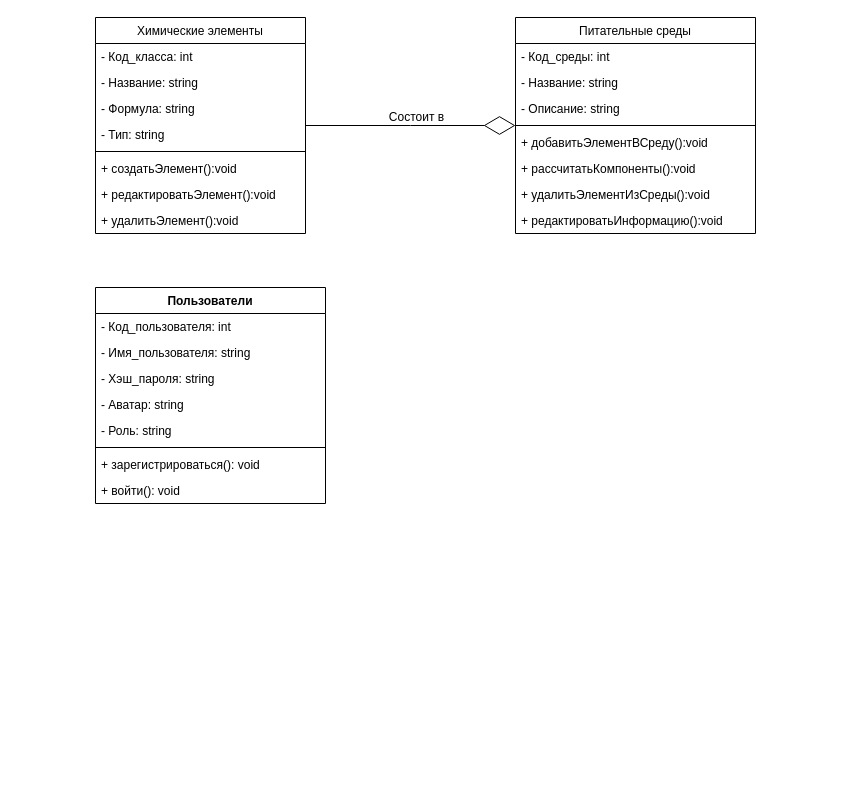
Above: class_diagram.drawio in eva01pilot/plant-tissue-diagrams (draw.io), before the change. Source tidied: cells renumbered, new cells numbered last; positions are measured from the earlier drawing's top-left corner, leaving out a move shared by most shapes. Both pictures are drawn from the tidied source at 100%, with x=0, y=0 at pixel (95, 17).
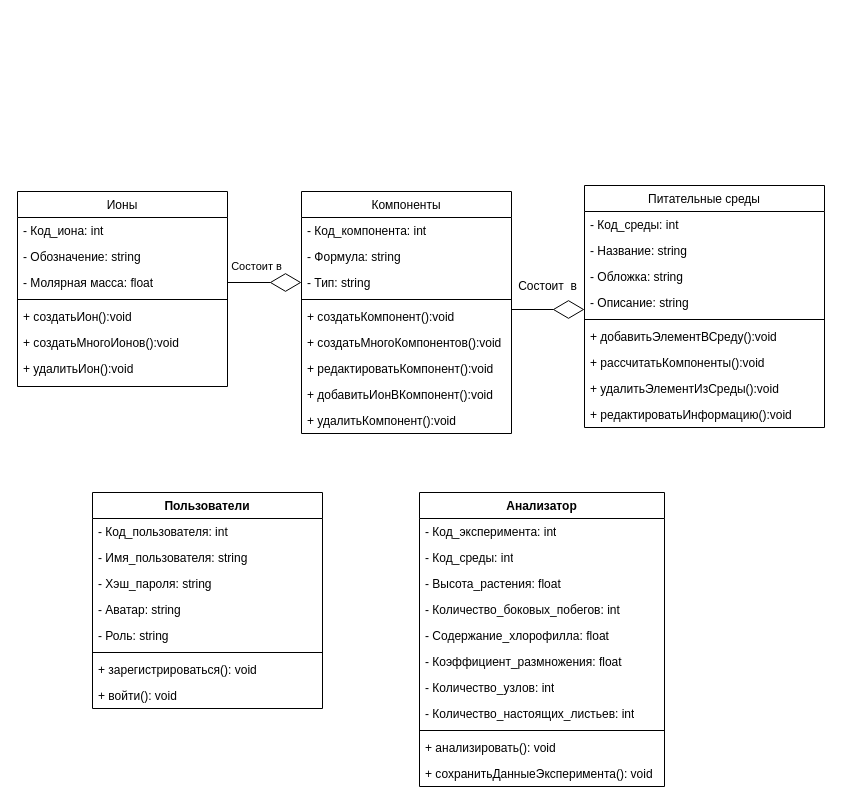
After the change.

The change refers to these unchanged cells:
```xml
<mxCell id="20" style="endArrow=diamondThin;shadow=0;strokeWidth=1;rounded=0;endFill=0;edgeStyle=elbowEdgeStyle;elbow=vertical;endSize=29;" parent="1" edge="1" source="2" target="11">
  <mxGeometry x="0.5" y="41" relative="1" as="geometry">
    <mxPoint x="-40" y="32" as="offset" />
  </mxGeometry>
</mxCell>
```

Diff of the diagram source:
```diff
@@
-    <mxCell id="2" value="Химические элементы" style="swimlane;fontStyle=0;align=center;verticalAlign=top;horizontal=1;startSize=26;rounded=0;shadow=0;strokeWidth=1;" parent="1" vertex="1">
-      <mxGeometry width="210" height="216" as="geometry" />
+    <mxCell id="2" value="Компоненты" style="swimlane;fontStyle=0;align=center;verticalAlign=top;horizontal=1;startSize=26;rounded=0;shadow=0;strokeWidth=1;" parent="1" vertex="1">
+      <mxGeometry x="206" y="174" width="210" height="242" as="geometry" />
     </mxCell>
-    <mxCell id="3" value="- Код_класса: int" style="text;align=left;verticalAlign=top;spacingLeft=4;spacingRight=4;overflow=hidden;" parent="2" vertex="1">
+    <mxCell id="3" value="- Код_компонента: int" style="text;align=left;verticalAlign=top;spacingLeft=4;spacingRight=4;overflow=hidden;" parent="2" vertex="1">
       <mxGeometry y="26" width="210" height="26" as="geometry" />
     </mxCell>
-    <mxCell id="4" value="- Название: string" style="text;align=left;verticalAlign=top;spacingLeft=4;spacingRight=4;overflow=hidden;rounded=0;shadow=0;html=0;" parent="2" vertex="1">
-      <mxGeometry y="52" width="210" height="26" as="geometry" />
-    </mxCell>
     <mxCell id="5" value="- Формула: string" style="text;align=left;verticalAlign=top;spacingLeft=4;spacingRight=4;overflow=hidden;rounded=0;shadow=0;html=0;" parent="2" vertex="1">
-      <mxGeometry y="78" width="210" height="26" as="geometry" />
+      <mxGeometry y="52" width="210" height="26" as="geometry" />
     </mxCell>
     <mxCell id="6" value="- Тип: string" style="text;align=left;verticalAlign=top;spacingLeft=4;spacingRight=4;overflow=hidden;points=[[0,0.5],[1,0.5]];portConstraint=eastwest;rounded=0;shadow=0;html=0;" parent="2" vertex="1">
-      <mxGeometry y="104" width="210" height="26" as="geometry" />
+      <mxGeometry y="78" width="210" height="26" as="geometry" />
     </mxCell>
     <mxCell id="7" style="line;html=1;strokeWidth=1;align=left;verticalAlign=middle;spacingTop=-1;spacingLeft=3;spacingRight=3;labelPosition=right;" parent="2" vertex="1">
-      <mxGeometry y="130" width="210" height="8" as="geometry" />
+      <mxGeometry y="104" width="210" height="8" as="geometry" />
     </mxCell>
-    <mxCell id="8" value="+ создатьЭлемент():void" style="text;align=left;verticalAlign=top;spacingLeft=4;spacingRight=4;overflow=hidden;" parent="2" vertex="1">
-      <mxGeometry y="138" width="210" height="26" as="geometry" />
+    <mxCell id="8" value="+ создатьКомпонент():void" style="text;align=left;verticalAlign=top;spacingLeft=4;spacingRight=4;overflow=hidden;" parent="2" vertex="1">
+      <mxGeometry y="112" width="210" height="26" as="geometry" />
     </mxCell>
-    <mxCell id="9" value="+ редактироватьЭлемент():void" style="text;align=left;verticalAlign=top;spacingLeft=4;spacingRight=4;overflow=hidden;" parent="2" vertex="1">
-      <mxGeometry y="164" width="210" height="26" as="geometry" />
+    <mxCell id="9" value="+ создатьМногоКомпонентов():void" style="text;align=left;verticalAlign=top;spacingLeft=4;spacingRight=4;overflow=hidden;" parent="2" vertex="1">
+      <mxGeometry y="138" width="210" height="26" as="geometry" />
     </mxCell>
-    <mxCell id="10" value="+ удалитьЭлемент():void" style="text;align=left;verticalAlign=top;spacingLeft=4;spacingRight=4;overflow=hidden;" parent="2" vertex="1">
-      <mxGeometry y="190" width="210" height="26" as="geometry" />
+    <mxCell id="10" value="+ редактироватьКомпонент():void" style="text;align=left;verticalAlign=top;spacingLeft=4;spacingRight=4;overflow=hidden;" parent="2" vertex="1">
+      <mxGeometry y="164" width="210" height="26" as="geometry" />
     </mxCell>
+    <mxCell id="31" value="+ добавитьИонВКомпонент():void" style="text;align=left;verticalAlign=top;spacingLeft=4;spacingRight=4;overflow=hidden;" parent="2" vertex="1">
+      <mxGeometry y="190" width="210" height="26" as="geometry" />
+    </mxCell>
+    <mxCell id="32" value="+ удалитьКомпонент():void" style="text;align=left;verticalAlign=top;spacingLeft=4;spacingRight=4;overflow=hidden;" parent="2" vertex="1">
+      <mxGeometry y="216" width="210" height="26" as="geometry" />
+    </mxCell>
     <mxCell id="11" value="Питательные среды" style="swimlane;fontStyle=0;align=center;verticalAlign=top;horizontal=1;startSize=26;rounded=0;shadow=0;strokeWidth=1;" parent="1" vertex="1">
-      <mxGeometry x="420" width="240" height="216" as="geometry" />
+      <mxGeometry x="489" y="168" width="240" height="242" as="geometry" />
     </mxCell>
@@
+    <mxCell id="33" value="- Обложка: string" style="text;align=left;verticalAlign=top;spacingLeft=4;spacingRight=4;overflow=hidden;rounded=0;shadow=0;html=0;" parent="11" vertex="1">
+      <mxGeometry y="78" width="240" height="26" as="geometry" />
+    </mxCell>
     <mxCell id="14" value="- Описание: string" style="text;align=left;verticalAlign=top;spacingLeft=4;spacingRight=4;overflow=hidden;rounded=0;shadow=0;html=0;" parent="11" vertex="1">
-      <mxGeometry y="78" width="240" height="26" as="geometry" />
+      <mxGeometry y="104" width="240" height="26" as="geometry" />
     </mxCell>
     <mxCell id="15" style="line;html=1;strokeWidth=1;align=left;verticalAlign=middle;spacingTop=-1;spacingLeft=3;spacingRight=3;labelPosition=right;" parent="11" vertex="1">
-      <mxGeometry y="104" width="240" height="8" as="geometry" />
+      <mxGeometry y="130" width="240" height="8" as="geometry" />
     </mxCell>
     <mxCell id="16" value="+ добавитьЭлементВСреду():void" style="text;align=left;verticalAlign=top;spacingLeft=4;spacingRight=4;overflow=hidden;" parent="11" vertex="1">
-      <mxGeometry y="112" width="240" height="26" as="geometry" />
+      <mxGeometry y="138" width="240" height="26" as="geometry" />
     </mxCell>
     <mxCell id="17" value="+ рассчитатьКомпоненты():void" style="text;align=left;verticalAlign=top;spacingLeft=4;spacingRight=4;overflow=hidden;" parent="11" vertex="1">
-      <mxGeometry y="138" width="240" height="26" as="geometry" />
+      <mxGeometry y="164" width="240" height="26" as="geometry" />
     </mxCell>
     <mxCell id="18" value="+ удалитьЭлементИзСреды():void" style="text;align=left;verticalAlign=top;spacingLeft=4;spacingRight=4;overflow=hidden;" parent="11" vertex="1">
-      <mxGeometry y="164" width="240" height="26" as="geometry" />
+      <mxGeometry y="190" width="240" height="26" as="geometry" />
     </mxCell>
     <mxCell id="19" value="+ редактироватьИнформацию():void" style="text;align=left;verticalAlign=top;spacingLeft=4;spacingRight=4;overflow=hidden;" parent="11" vertex="1">
-      <mxGeometry y="190" width="240" height="26" as="geometry" />
+      <mxGeometry y="216" width="240" height="26" as="geometry" />
     </mxCell>
@@
-    <mxCell id="21" value="Состоит в" style="text;html=1;align=center;verticalAlign=middle;labelBackgroundColor=none;rounded=0;shadow=0;strokeWidth=1;fontSize=12;" parent="20" vertex="1">
+    <mxCell id="21" value="Состоит&amp;nbsp; в" style="text;html=1;align=center;verticalAlign=middle;labelBackgroundColor=none;rounded=0;shadow=0;strokeWidth=1;fontSize=12;" parent="20" vertex="1">
       <mxGeometry x="0.5" y="49" relative="1" as="geometry">
-        <mxPoint x="-48" y="40" as="offset" />
+        <mxPoint x="-20" y="25" as="offset" />
       </mxGeometry>
     </mxCell>
     <mxCell id="22" value="Пользователи" style="swimlane;fontStyle=1;align=center;verticalAlign=top;horizontal=1;startSize=26;whiteSpace=wrap;html=1;" parent="1" vertex="1">
-      <mxGeometry y="270" width="230" height="216" as="geometry" />
+      <mxGeometry x="-3" y="475" width="230" height="216" as="geometry" />
     </mxCell>
@@
+    <mxCell id="34" value="Ионы" style="swimlane;fontStyle=0;align=center;verticalAlign=top;horizontal=1;startSize=26;rounded=0;shadow=0;strokeWidth=1;" parent="1" vertex="1">
+      <mxGeometry x="-78" y="174" width="210" height="195" as="geometry" />
+    </mxCell>
+    <mxCell id="35" value="- Код_иона: int" style="text;align=left;verticalAlign=top;spacingLeft=4;spacingRight=4;overflow=hidden;" parent="34" vertex="1">
+      <mxGeometry y="26" width="210" height="26" as="geometry" />
+    </mxCell>
+    <mxCell id="36" value="- Обозначение: string" style="text;align=left;verticalAlign=top;spacingLeft=4;spacingRight=4;overflow=hidden;rounded=0;shadow=0;html=0;" parent="34" vertex="1">
+      <mxGeometry y="52" width="210" height="26" as="geometry" />
+    </mxCell>
+    <mxCell id="37" value="- Молярная масса: float" style="text;align=left;verticalAlign=top;spacingLeft=4;spacingRight=4;overflow=hidden;points=[[0,0.5],[1,0.5]];portConstraint=eastwest;rounded=0;shadow=0;html=0;" parent="34" vertex="1">
+      <mxGeometry y="78" width="210" height="26" as="geometry" />
+    </mxCell>
+    <mxCell id="38" style="line;html=1;strokeWidth=1;align=left;verticalAlign=middle;spacingTop=-1;spacingLeft=3;spacingRight=3;labelPosition=right;" parent="34" vertex="1">
+      <mxGeometry y="104" width="210" height="8" as="geometry" />
+    </mxCell>
+    <mxCell id="39" value="+ создатьИон():void" style="text;align=left;verticalAlign=top;spacingLeft=4;spacingRight=4;overflow=hidden;" parent="34" vertex="1">
+      <mxGeometry y="112" width="210" height="26" as="geometry" />
+    </mxCell>
+    <mxCell id="40" value="+ создатьМногоИонов():void" style="text;align=left;verticalAlign=top;spacingLeft=4;spacingRight=4;overflow=hidden;" parent="34" vertex="1">
+      <mxGeometry y="138" width="210" height="26" as="geometry" />
+    </mxCell>
+    <mxCell id="41" value="+ удалитьИон():void" style="text;align=left;verticalAlign=top;spacingLeft=4;spacingRight=4;overflow=hidden;" parent="34" vertex="1">
+      <mxGeometry y="164" width="210" height="26" as="geometry" />
+    </mxCell>
+    <mxCell id="42" style="edgeStyle=orthogonalEdgeStyle;rounded=0;jettySize=auto;html=1;entryX=0;entryY=0.5;entryDx=0;entryDy=0;endArrow=diamondThin;endFill=0;endSize=29;" parent="1" edge="1" source="37" target="6">
+      <mxGeometry relative="1" as="geometry" />
+    </mxCell>
+    <mxCell id="43" value="Состоит в" style="edgeLabel;html=1;align=center;verticalAlign=middle;" parent="42" vertex="1">
+      <mxGeometry x="-0.36" y="-2" relative="1" as="geometry">
+        <mxPoint x="4" y="-19" as="offset" />
+      </mxGeometry>
+    </mxCell>
+    <mxCell id="44" value="Анализатор" style="swimlane;fontStyle=1;align=center;verticalAlign=top;horizontal=1;startSize=26;whiteSpace=wrap;html=1;" parent="1" vertex="1">
+      <mxGeometry x="324" y="475" width="245" height="294" as="geometry" />
+    </mxCell>
+    <mxCell id="45" value="- Код_эксперимента: int" style="text;strokeColor=none;fillColor=none;align=left;verticalAlign=top;spacingLeft=4;spacingRight=4;overflow=hidden;whiteSpace=wrap;html=1;" parent="44" vertex="1">
+      <mxGeometry y="26" width="245" height="26" as="geometry" />
+    </mxCell>
+    <mxCell id="46" value="- Код_среды: int" style="text;strokeColor=none;fillColor=none;align=left;verticalAlign=top;spacingLeft=4;spacingRight=4;overflow=hidden;whiteSpace=wrap;html=1;" parent="44" vertex="1">
+      <mxGeometry y="52" width="245" height="26" as="geometry" />
+    </mxCell>
+    <mxCell id="47" value="- Высота_растения: float" style="text;strokeColor=none;fillColor=none;align=left;verticalAlign=top;spacingLeft=4;spacingRight=4;overflow=hidden;whiteSpace=wrap;html=1;" parent="44" vertex="1">
+      <mxGeometry y="78" width="245" height="26" as="geometry" />
+    </mxCell>
+    <mxCell id="48" value="- Количество_боковых_побегов: int" style="text;strokeColor=none;fillColor=none;align=left;verticalAlign=top;spacingLeft=4;spacingRight=4;overflow=hidden;whiteSpace=wrap;html=1;" parent="44" vertex="1">
+      <mxGeometry y="104" width="245" height="26" as="geometry" />
+    </mxCell>
+    <mxCell id="49" value="- Содержание_хлорофилла: float" style="text;strokeColor=none;fillColor=none;align=left;verticalAlign=top;spacingLeft=4;spacingRight=4;overflow=hidden;whiteSpace=wrap;html=1;" parent="44" vertex="1">
+      <mxGeometry y="130" width="245" height="26" as="geometry" />
+    </mxCell>
+    <mxCell id="50" value="- Коэффициент_размножения: float" style="text;strokeColor=none;fillColor=none;align=left;verticalAlign=top;spacingLeft=4;spacingRight=4;overflow=hidden;whiteSpace=wrap;html=1;" parent="44" vertex="1">
+      <mxGeometry y="156" width="245" height="26" as="geometry" />
+    </mxCell>
+    <mxCell id="51" value="- Количество_узлов: int" style="text;strokeColor=none;fillColor=none;align=left;verticalAlign=top;spacingLeft=4;spacingRight=4;overflow=hidden;whiteSpace=wrap;html=1;" parent="44" vertex="1">
+      <mxGeometry y="182" width="245" height="26" as="geometry" />
+    </mxCell>
+    <mxCell id="52" value="- Количество_настоящих_листьев: int" style="text;strokeColor=none;fillColor=none;align=left;verticalAlign=top;spacingLeft=4;spacingRight=4;overflow=hidden;whiteSpace=wrap;html=1;" parent="44" vertex="1">
+      <mxGeometry y="208" width="245" height="26" as="geometry" />
+    </mxCell>
+    <mxCell id="53" style="line;strokeWidth=1;fillColor=none;align=left;verticalAlign=middle;spacingTop=-1;spacingLeft=3;spacingRight=3;labelPosition=right;strokeColor=inherit;" parent="44" vertex="1">
+      <mxGeometry y="234" width="245" height="8" as="geometry" />
+    </mxCell>
+    <mxCell id="54" value="+ анализировать(): void" style="text;strokeColor=none;fillColor=none;align=left;verticalAlign=top;spacingLeft=4;spacingRight=4;overflow=hidden;whiteSpace=wrap;html=1;" parent="44" vertex="1">
+      <mxGeometry y="242" width="245" height="26" as="geometry" />
+    </mxCell>
+    <mxCell id="55" value="+ сохранитьДанныеЭксперимента(): void" style="text;strokeColor=none;fillColor=none;align=left;verticalAlign=top;spacingLeft=4;spacingRight=4;overflow=hidden;whiteSpace=wrap;html=1;" parent="44" vertex="1">
+      <mxGeometry y="268" width="245" height="26" as="geometry" />
+    </mxCell>
```
